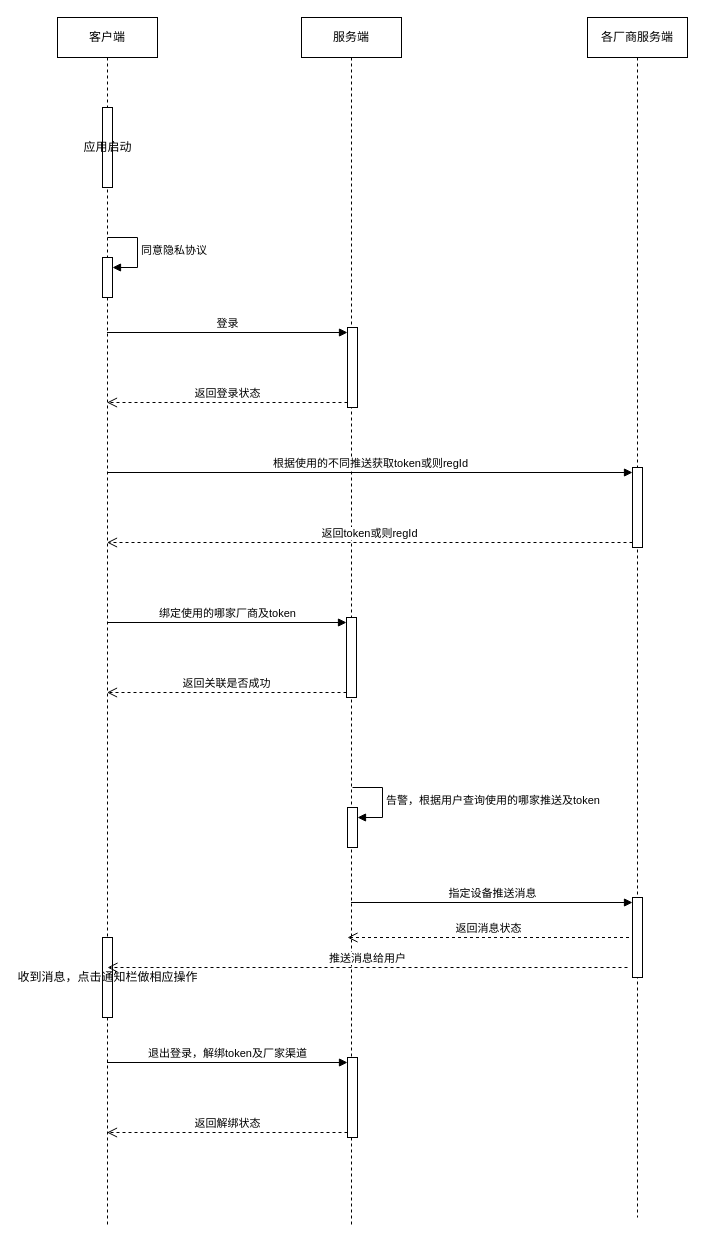
Above: 厂商推送自研.drawio in geeker-cmc/css3 (draw.io), before the change. Source tidied: cells renumbered, new cells numbered last; positions are measured from the earlier drawing's top-left corner, leaving out a move shared by most shapes. Both pictures are drawn from the tidied source at 100%, with x=0, y=0 at pixel (57, 17).
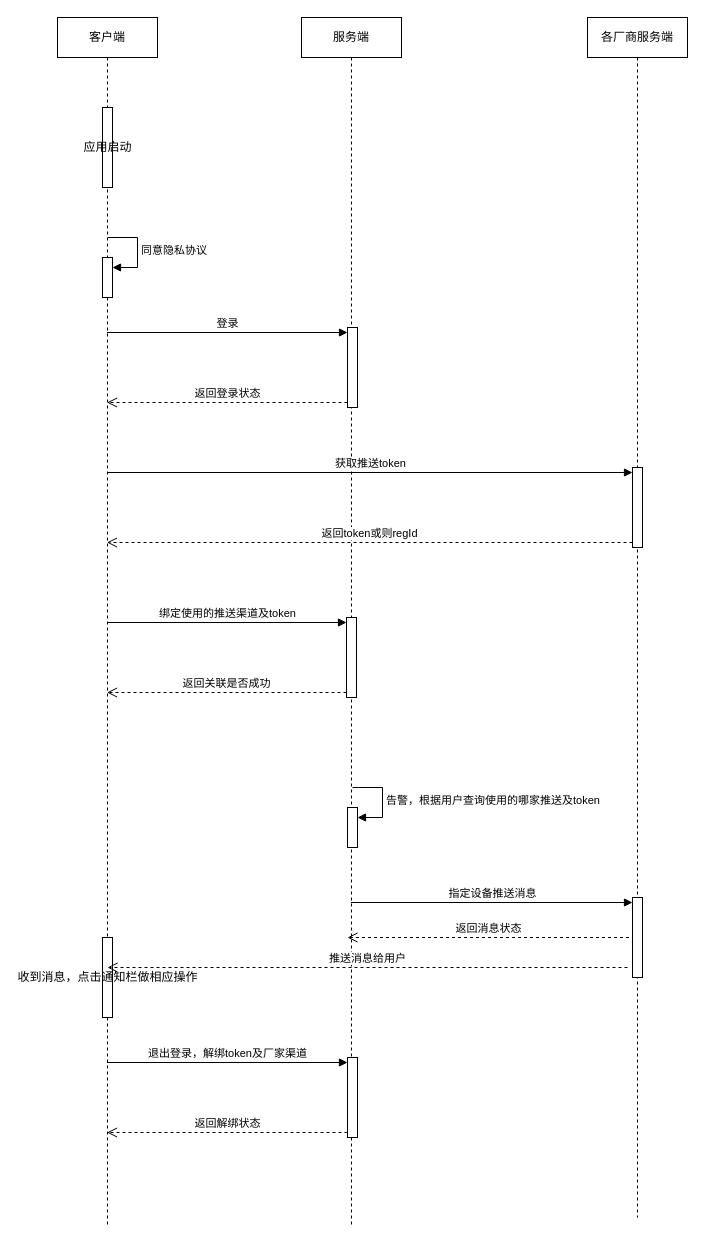
Above is the later version.

Commit message:
更新厂商推送自研.drawio

The change refers to these unchanged cells:
```xml
<mxCell id="2" value="客户端" style="shape=umlLifeline;perimeter=lifelinePerimeter;whiteSpace=wrap;html=1;outlineConnect=0;portConstraint=eastwest;newEdgeStyle={&quot;curved&quot;:0,&quot;rounded&quot;:0};" parent="1" vertex="1">
  <mxGeometry width="100" height="1210" as="geometry" />
</mxCell>
<mxCell id="9" style="html=1;points=[[0,0,0,0,5],[0,1,0,0,-5],[1,0,0,0,5],[1,1,0,0,-5]];perimeter=orthogonalPerimeter;outlineConnect=0;targetShapes=umlLifeline;portConstraint=eastwest;newEdgeStyle={&quot;curved&quot;:0,&quot;rounded&quot;:0};" parent="7" vertex="1">
  <mxGeometry x="45" y="600" width="10" height="80" as="geometry" />
</mxCell>
<mxCell id="14" style="html=1;points=[[0,0,0,0,5],[0,1,0,0,-5],[1,0,0,0,5],[1,1,0,0,-5]];perimeter=orthogonalPerimeter;outlineConnect=0;targetShapes=umlLifeline;portConstraint=eastwest;newEdgeStyle={&quot;curved&quot;:0,&quot;rounded&quot;:0};" parent="13" vertex="1">
  <mxGeometry x="45" y="450" width="10" height="80" as="geometry" />
</mxCell>
```

Diff of the diagram source:
```diff
@@
-    <mxCell id="18" value="根据使用的不同推送获取token或则regId" style="html=1;verticalAlign=bottom;endArrow=block;curved=0;rounded=0;entryX=0;entryY=0;entryDx=0;entryDy=5;" parent="1" edge="1" source="2" target="14">
+    <mxCell id="18" value="获取推送token" style="html=1;verticalAlign=bottom;endArrow=block;curved=0;rounded=0;entryX=0;entryY=0;entryDx=0;entryDy=5;" parent="1" edge="1" source="2" target="14">
       <mxGeometry relative="1" as="geometry" />
     </mxCell>
@@
-    <mxCell id="20" value="绑定使用的哪家厂商及token" style="html=1;verticalAlign=bottom;endArrow=block;curved=0;rounded=0;entryX=0;entryY=0;entryDx=0;entryDy=5;" parent="1" edge="1" source="2" target="9">
+    <mxCell id="20" value="绑定使用的推送渠道及token" style="html=1;verticalAlign=bottom;endArrow=block;curved=0;rounded=0;entryX=0;entryY=0;entryDx=0;entryDy=5;" parent="1" edge="1" source="2" target="9">
       <mxGeometry relative="1" as="geometry" />
     </mxCell>
```
